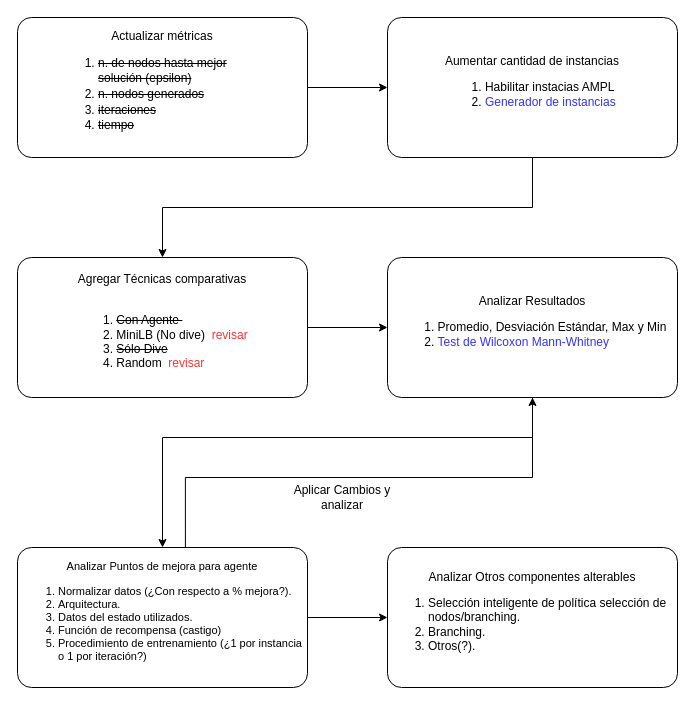
Above: page "Tareas pendientes y futuras" (3 of 4) of Doctorado/Tesis.drawio in acetoacetato/diagramas (draw.io), before the change. Source tidied: cells renumbered, new cells numbered last; positions are measured from the earlier drawing's top-left corner, leaving out a move shared by most shapes. Both pictures are drawn from the tidied source at 100%, with x=0, y=0 at pixel (17, 17).
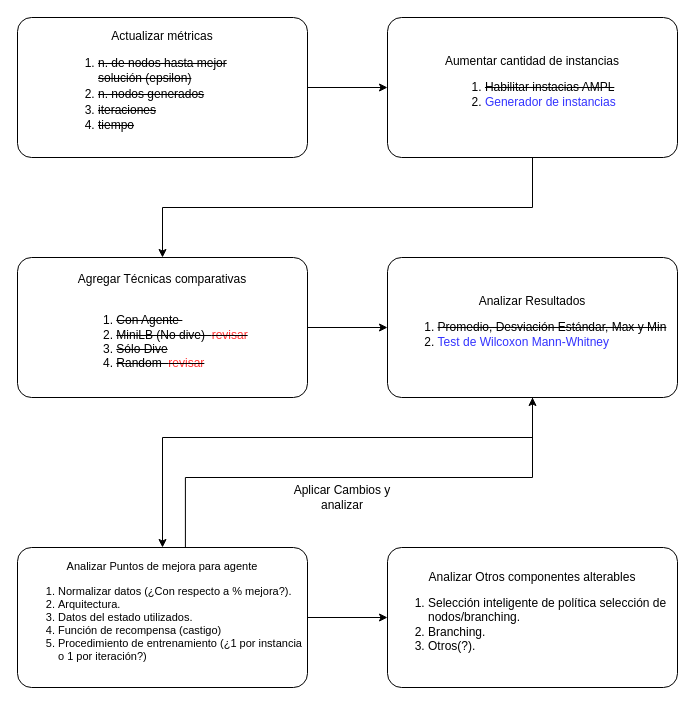
Above is the later version.

Commit message:
Agregado diagrama componentes del B&B

The edit, as a diff of the source:
```diff
@@
 <mxGraphModel>
   <root>
     <mxCell id="0" />
     <mxCell id="1" parent="0" />
     <mxCell id="2" style="edgeStyle=orthogonalEdgeStyle;rounded=0;jettySize=auto;html=1;exitX=1;exitY=0.5;exitDx=0;exitDy=0;entryX=0;entryY=0.5;entryDx=0;entryDy=0;" parent="1" edge="1" source="3" target="7">
       <mxGeometry relative="1" as="geometry" />
     </mxCell>
     <mxCell id="3" value="&lt;div&gt;Actualizar métricas&lt;/div&gt;&lt;blockquote&gt;&lt;div align=&quot;left&quot;&gt;&lt;ol style=&quot;line-height: 130%&quot;&gt;&lt;li&gt;&lt;strike&gt;n. de nodos hasta mejor solución (epsilon)&lt;/strike&gt;&lt;/li&gt;&lt;li&gt;&lt;strike&gt;n. nodos generados&lt;/strike&gt;&lt;/li&gt;&lt;li&gt;&lt;strike&gt;iteraciones&lt;/strike&gt;&lt;/li&gt;&lt;li&gt;&lt;strike&gt;tiempo&lt;/strike&gt;&lt;/li&gt;&lt;/ol&gt;&lt;/div&gt;&lt;/blockquote&gt;" style="rounded=1;whiteSpace=wrap;html=1;arcSize=10;" parent="1" vertex="1">
       <mxGeometry width="290" height="140" as="geometry" />
     </mxCell>
     <mxCell id="4" style="edgeStyle=orthogonalEdgeStyle;rounded=0;jettySize=auto;html=1;exitX=1;exitY=0.5;exitDx=0;exitDy=0;entryX=0;entryY=0.5;entryDx=0;entryDy=0;" parent="1" edge="1" source="5" target="9">
       <mxGeometry relative="1" as="geometry" />
     </mxCell>
-    <mxCell id="5" value="&lt;div&gt;Agregar Técnicas comparativas&lt;/div&gt;&lt;div&gt;&lt;br&gt;&lt;/div&gt;&lt;div align=&quot;left&quot;&gt;&lt;ol&gt;&lt;li&gt;&lt;strike&gt;Con Agente&amp;nbsp; &lt;/strike&gt;&lt;br&gt;&lt;/li&gt;&lt;li&gt;MiniLB (No dive)&amp;nbsp; &lt;font color=&quot;#FF3333&quot;&gt;revisar&lt;/font&gt;&lt;br&gt;&lt;/li&gt;&lt;li&gt;&lt;strike&gt;Sólo Dive&lt;/strike&gt;&lt;/li&gt;&lt;li&gt;Random&amp;nbsp; &lt;font color=&quot;#FF3333&quot;&gt;revisar&lt;/font&gt;&lt;/li&gt;&lt;/ol&gt;&lt;/div&gt;" style="rounded=1;whiteSpace=wrap;html=1;arcSize=10;" parent="1" vertex="1">
+    <mxCell id="5" value="&lt;div&gt;Agregar Técnicas comparativas&lt;/div&gt;&lt;div&gt;&lt;br&gt;&lt;/div&gt;&lt;div align=&quot;left&quot;&gt;&lt;ol&gt;&lt;li&gt;&lt;strike&gt;Con Agente&amp;nbsp; &lt;/strike&gt;&lt;br&gt;&lt;/li&gt;&lt;li&gt;&lt;strike&gt;MiniLB (No dive)&amp;nbsp; &lt;font color=&quot;#FF3333&quot;&gt;revisar&lt;/font&gt;&lt;br&gt;&lt;/strike&gt;&lt;/li&gt;&lt;li&gt;&lt;strike&gt;Sólo Dive&lt;/strike&gt;&lt;/li&gt;&lt;li&gt;&lt;strike&gt;Random&amp;nbsp; &lt;font color=&quot;#FF3333&quot;&gt;revisar&lt;/font&gt;&lt;/strike&gt;&lt;/li&gt;&lt;/ol&gt;&lt;/div&gt;" style="rounded=1;whiteSpace=wrap;html=1;arcSize=10;" parent="1" vertex="1">
       <mxGeometry y="240" width="290" height="140" as="geometry" />
     </mxCell>
     <mxCell id="6" style="edgeStyle=orthogonalEdgeStyle;rounded=0;jettySize=auto;html=1;exitX=0.5;exitY=1;exitDx=0;exitDy=0;entryX=0.5;entryY=0;entryDx=0;entryDy=0;" parent="1" edge="1" source="7" target="5">
       <mxGeometry relative="1" as="geometry" />
     </mxCell>
-    <mxCell id="7" value="&lt;div&gt;Aumentar cantidad de instancias&lt;br&gt;&lt;/div&gt;&lt;div align=&quot;left&quot;&gt;&lt;ol&gt;&lt;li&gt;Habilitar instacias AMPL&lt;/li&gt;&lt;li&gt;&lt;font color=&quot;#3333FF&quot;&gt;Generador de instancias&lt;/font&gt;&lt;br&gt;&lt;/li&gt;&lt;/ol&gt;&lt;/div&gt;" style="rounded=1;whiteSpace=wrap;html=1;arcSize=10;" parent="1" vertex="1">
+    <mxCell id="7" value="&lt;div&gt;Aumentar cantidad de instancias&lt;br&gt;&lt;/div&gt;&lt;div align=&quot;left&quot;&gt;&lt;ol&gt;&lt;li&gt;&lt;strike&gt;Habilitar instacias AMPL&lt;/strike&gt;&lt;/li&gt;&lt;li&gt;&lt;font color=&quot;#3333FF&quot;&gt;Generador de instancias&lt;/font&gt;&lt;br&gt;&lt;/li&gt;&lt;/ol&gt;&lt;/div&gt;" style="rounded=1;whiteSpace=wrap;html=1;arcSize=10;" parent="1" vertex="1">
       <mxGeometry x="370" width="290" height="140" as="geometry" />
     </mxCell>
     <mxCell id="8" style="edgeStyle=orthogonalEdgeStyle;rounded=0;jettySize=auto;html=1;exitX=0.5;exitY=1;exitDx=0;exitDy=0;" parent="1" edge="1" source="9" target="13">
       <mxGeometry relative="1" as="geometry">
         <Array as="points">
           <mxPoint x="515" y="420" />
           <mxPoint x="145" y="420" />
         </Array>
       </mxGeometry>
     </mxCell>
-    <mxCell id="9" value="&lt;div&gt;Analizar Resultados&lt;br&gt;&lt;/div&gt;&lt;div align=&quot;left&quot;&gt;&lt;ol&gt;&lt;li&gt;Promedio, Desviación Estándar, Max y Min&lt;/li&gt;&lt;li&gt;&lt;font color=&quot;#3333FF&quot;&gt;Test de Wilcoxon Mann-Whitney&lt;/font&gt;&lt;/li&gt;&lt;/ol&gt;&lt;/div&gt;" style="rounded=1;whiteSpace=wrap;html=1;arcSize=10;" parent="1" vertex="1">
+    <mxCell id="9" value="&lt;div&gt;Analizar Resultados&lt;br&gt;&lt;/div&gt;&lt;div align=&quot;left&quot;&gt;&lt;ol&gt;&lt;li&gt;&lt;strike&gt;Promedio, Desviación Estándar, Max y Min&lt;/strike&gt;&lt;/li&gt;&lt;li&gt;&lt;font color=&quot;#3333FF&quot;&gt;Test de Wilcoxon Mann-Whitney&lt;/font&gt;&lt;/li&gt;&lt;/ol&gt;&lt;/div&gt;" style="rounded=1;whiteSpace=wrap;html=1;arcSize=10;" parent="1" vertex="1">
       <mxGeometry x="370" y="240" width="290" height="140" as="geometry" />
     </mxCell>
     <mxCell id="10" value="&lt;div&gt;Analizar Otros componentes alterables&lt;br&gt;&lt;/div&gt;&lt;div align=&quot;left&quot;&gt;&lt;ol&gt;&lt;li&gt;Selección inteligente de política selección de nodos/branching.&lt;/li&gt;&lt;li&gt;Branching.&lt;/li&gt;&lt;li&gt;Otros(?).&lt;br&gt;&lt;/li&gt;&lt;/ol&gt;&lt;/div&gt;" style="rounded=1;whiteSpace=wrap;html=1;arcSize=10;" parent="1" vertex="1">
       <mxGeometry x="370" y="530" width="290" height="140" as="geometry" />
     </mxCell>
     <mxCell id="11" style="edgeStyle=orthogonalEdgeStyle;rounded=0;jettySize=auto;html=1;exitX=0.579;exitY=0.007;exitDx=0;exitDy=0;exitPerimeter=0;" parent="1" edge="1" source="13" target="9">
       <mxGeometry relative="1" as="geometry">
         <Array as="points">
           <mxPoint x="168" y="460" />
           <mxPoint x="515" y="460" />
         </Array>
       </mxGeometry>
     </mxCell>
     <mxCell id="12" style="edgeStyle=orthogonalEdgeStyle;rounded=0;jettySize=auto;html=1;entryX=0;entryY=0.5;entryDx=0;entryDy=0;" parent="1" edge="1" source="13" target="10">
       <mxGeometry relative="1" as="geometry" />
     </mxCell>
     <mxCell id="13" value="&lt;div style=&quot;font-size: 11px&quot;&gt;&lt;font style=&quot;font-size: 11px&quot;&gt;Analizar Puntos de mejora para agente&lt;/font&gt;&lt;/div&gt;&lt;div style=&quot;font-size: 11px&quot; align=&quot;left&quot;&gt;&lt;ol&gt;&lt;li&gt;&lt;font style=&quot;font-size: 11px&quot;&gt;Normalizar datos (¿Con respecto a % mejora?).&lt;br&gt;&lt;/font&gt;&lt;/li&gt;&lt;li&gt;&lt;font style=&quot;font-size: 11px&quot;&gt;Arquitectura.&lt;/font&gt;&lt;/li&gt;&lt;li&gt;&lt;font style=&quot;font-size: 11px&quot;&gt;Datos del estado utilizados.&lt;br&gt;&lt;/font&gt;&lt;/li&gt;&lt;li&gt;&lt;font style=&quot;font-size: 11px&quot;&gt;Función de recompensa (castigo)&lt;/font&gt;&lt;/li&gt;&lt;li&gt;&lt;font style=&quot;font-size: 11px&quot;&gt;Procedimiento de entrenamiento (¿1 por instancia o 1 por iteración?)&lt;/font&gt;&lt;/li&gt;&lt;/ol&gt;&lt;/div&gt;" style="rounded=1;whiteSpace=wrap;html=1;arcSize=10;" parent="1" vertex="1">
       <mxGeometry y="530" width="290" height="140" as="geometry" />
     </mxCell>
     <mxCell id="14" value="Aplicar Cambios y analizar" style="text;html=1;strokeColor=none;fillColor=none;align=center;verticalAlign=middle;whiteSpace=wrap;rounded=0;" parent="1" vertex="1">
       <mxGeometry x="270" y="470" width="110" height="20" as="geometry" />
     </mxCell>
   </root>
 </mxGraphModel>
```
